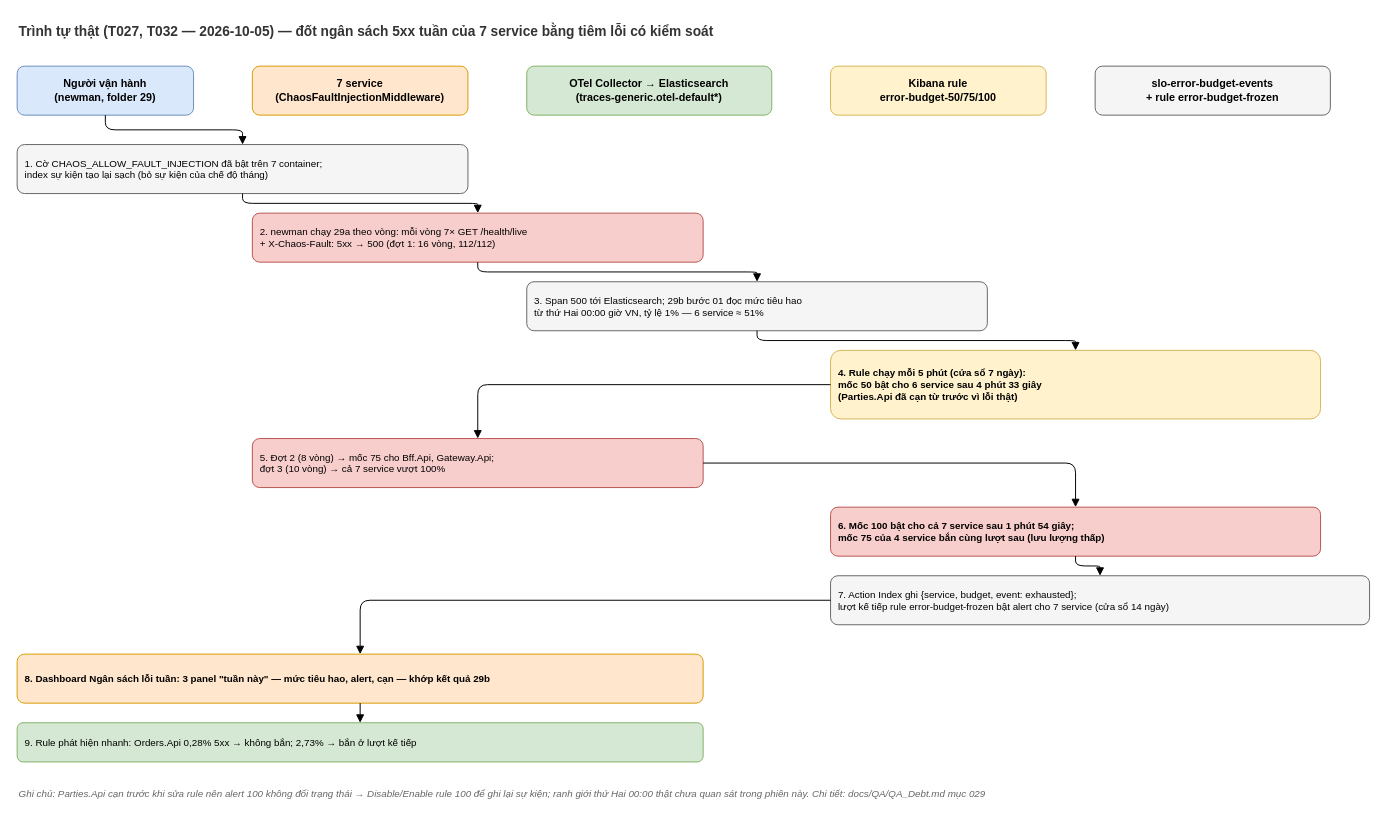
Before: docs/diagrams/029-error-budget-weekly-sequence.drawio in nmhieuit/ecommerce, a draw.io diagram. Source tidied: cells renumbered, new cells numbered last; positions are measured from the earlier drawing's top-left corner, leaving out a move shared by most shapes. Both pictures are drawn from the tidied source at 98%, with x=0, y=0 at pixel (17, 17).
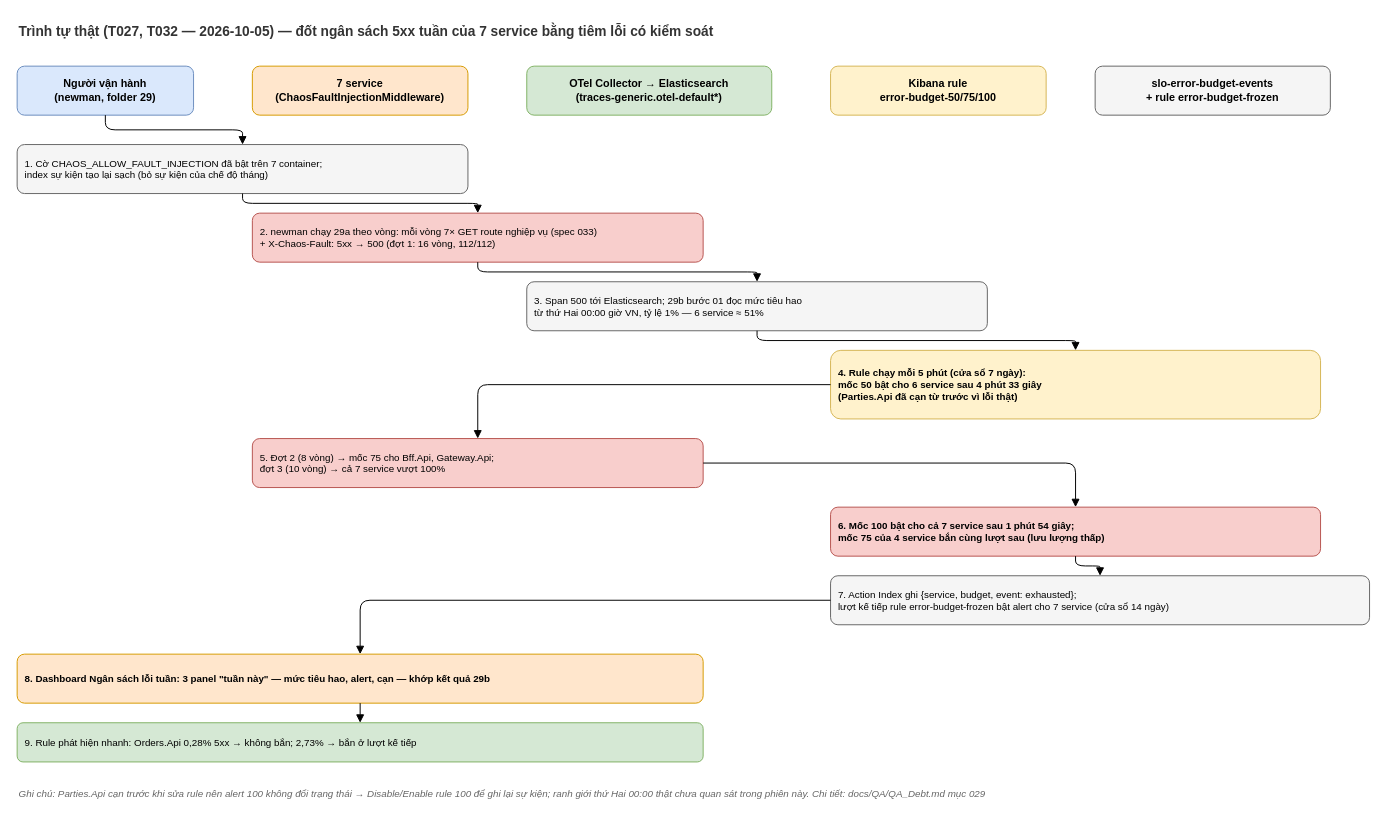
The same diagram, later.

Diff of the diagram source:
```diff
@@
-    <mxCell id="9" value="2. newman chạy 29a theo vòng: mỗi vòng 7× GET /health/live&#10;+ X-Chaos-Fault: 5xx → 500 (đợt 1: 16 vòng, 112/112)" style="rounded=1;whiteSpace=wrap;html=1;fillColor=#f8cecc;strokeColor=#b85450;fontSize=10;align=left;spacingLeft=6;" parent="1" vertex="1">
+    <mxCell id="9" value="2. newman chạy 29a theo vòng: mỗi vòng 7× GET route nghiệp vụ (spec 033)&#10;+ X-Chaos-Fault: 5xx → 500 (đợt 1: 16 vòng, 112/112)" style="rounded=1;whiteSpace=wrap;html=1;fillColor=#f8cecc;strokeColor=#b85450;fontSize=10;align=left;spacingLeft=6;" parent="1" vertex="1">
       <mxGeometry x="240" y="200" width="460" height="50" as="geometry" />
     </mxCell>
```
